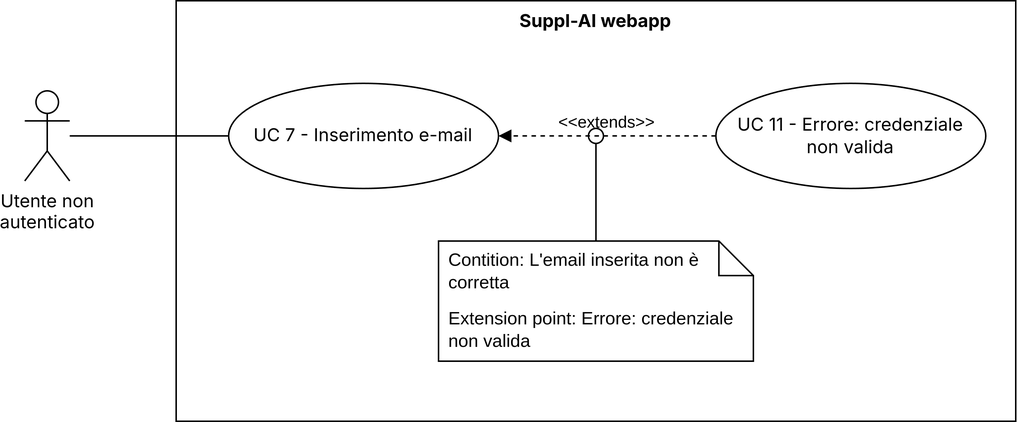
Before: 3 - PB/imgs/uc7.png, a diagram exported from draw.io (CodeHex16/documentazione). Source tidied: cells renumbered, new cells last; positions are measured from the earlier drawing's top-left corner, leaving out a move shared by most shapes. Source of this version:
```xml
<mxGraphModel>
  <root>
    <mxCell id="0" />
    <mxCell id="1" parent="0" />
    <mxCell id="2" value="Utente non&lt;br&gt;autenticato" style="shape=umlActor;verticalLabelPosition=bottom;verticalAlign=top;html=1;outlineConnect=0;fontFamily=Inter;" parent="1" vertex="1">
      <mxGeometry y="60" width="30" height="60" as="geometry" />
    </mxCell>
    <mxCell id="3" value="Suppl-AI webapp" style="shape=rect;html=1;verticalAlign=top;fontStyle=1;whiteSpace=wrap;align=center;fontFamily=Inter;" parent="1" vertex="1">
      <mxGeometry x="101" width="560" height="280" as="geometry" />
    </mxCell>
    <mxCell id="4" value="UC 7 - Inserimento e-mail" style="ellipse;whiteSpace=wrap;html=1;fontFamily=Inter;" parent="1" vertex="1">
      <mxGeometry x="136" y="55" width="180" height="70" as="geometry" />
    </mxCell>
    <mxCell id="5" value="UC 11 - Errore: credenziale&lt;br&gt;non valida" style="ellipse;whiteSpace=wrap;html=1;fontFamily=Inter;" parent="1" vertex="1">
      <mxGeometry x="461" y="55" width="180" height="70" as="geometry" />
    </mxCell>
    <mxCell id="6" value="&amp;lt;&amp;lt;extends&amp;gt;&amp;gt;" style="html=1;verticalAlign=bottom;labelBackgroundColor=none;endArrow=block;endFill=1;dashed=1;rounded=0;" parent="1" edge="1" source="5" target="4">
      <mxGeometry relative="1" as="geometry" />
    </mxCell>
    <mxCell id="7" style="endArrow=none;html=1;rounded=0;" parent="1" edge="1" source="2" target="4">
      <mxGeometry relative="1" as="geometry" />
    </mxCell>
    <mxCell id="8" style="endArrow=oval;html=1;rounded=0;endFill=0;endSize=10;" parent="1" edge="1" source="9">
      <mxGeometry relative="1" as="geometry">
        <mxPoint x="381" y="90" as="targetPoint" />
      </mxGeometry>
    </mxCell>
    <mxCell id="9" value="&lt;div&gt;&lt;br&gt;&lt;/div&gt;Extension point: Errore: credenziale non valida" style="shape=note2;boundedLbl=1;whiteSpace=wrap;html=1;size=23;verticalAlign=top;align=left;spacingLeft=5;" parent="1" vertex="1">
      <mxGeometry x="276" y="160" width="210" height="80" as="geometry" />
    </mxCell>
    <mxCell id="10" value="&lt;span style=&quot;text-align: center;&quot;&gt;Contition: L'email inserita non è corretta&lt;/span&gt;" style="strokeColor=none;fillColor=none;align=left;spacingLeft=5;whiteSpace=wrap;html=1;" parent="9" vertex="1">
      <mxGeometry width="210" height="40" relative="1" as="geometry" />
    </mxCell>
    <mxCell id="11" style="edgeStyle=orthogonalEdgeStyle;rounded=0;orthogonalLoop=1;jettySize=auto;html=1;exitX=0.5;exitY=1;exitDx=0;exitDy=0;" parent="9" edge="1" source="10" target="10">
      <mxGeometry relative="1" as="geometry" />
    </mxCell>
  </root>
</mxGraphModel>
```
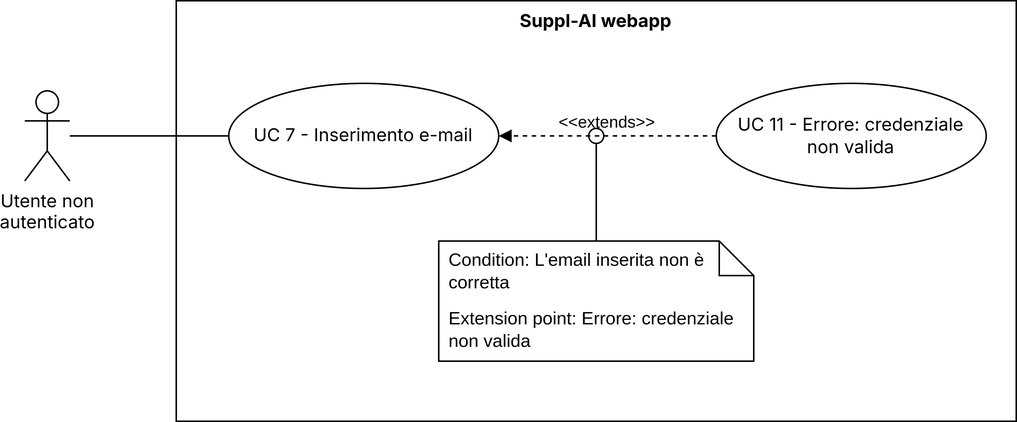
Later version of the same file.

What changed in the source:
```diff
@@ -28,7 +28,7 @@
     <mxCell id="9" value="&lt;div&gt;&lt;br&gt;&lt;/div&gt;Extension point: Errore: credenziale non valida" style="shape=note2;boundedLbl=1;whiteSpace=wrap;html=1;size=23;verticalAlign=top;align=left;spacingLeft=5;" parent="1" vertex="1">
       <mxGeometry x="276" y="160" width="210" height="80" as="geometry" />
     </mxCell>
-    <mxCell id="10" value="&lt;span style=&quot;text-align: center;&quot;&gt;Contition: L'email inserita non è corretta&lt;/span&gt;" style="strokeColor=none;fillColor=none;align=left;spacingLeft=5;whiteSpace=wrap;html=1;" parent="9" vertex="1">
+    <mxCell id="10" value="&lt;span style=&quot;text-align: center;&quot;&gt;Condition&lt;/span&gt;&lt;span style=&quot;text-align: center;&quot;&gt;: L'email inserita non è corretta&lt;/span&gt;" style="strokeColor=none;fillColor=none;align=left;spacingLeft=5;whiteSpace=wrap;html=1;" parent="9" vertex="1">
       <mxGeometry width="210" height="40" relative="1" as="geometry" />
     </mxCell>
     <mxCell id="11" style="edgeStyle=orthogonalEdgeStyle;rounded=0;orthogonalLoop=1;jettySize=auto;html=1;exitX=0.5;exitY=1;exitDx=0;exitDy=0;" parent="9" edge="1" source="10" target="10">
```
